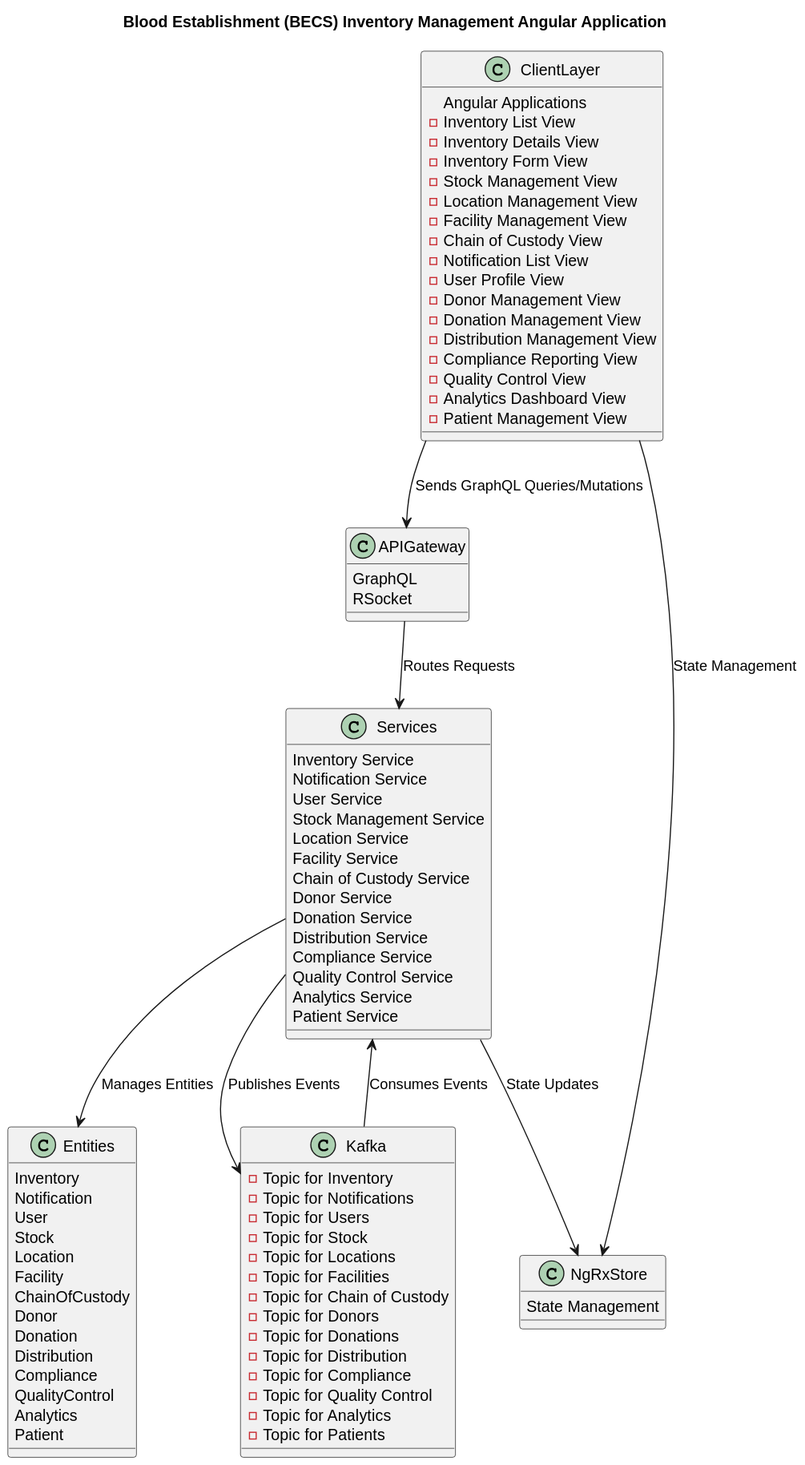
Above: docs/rendered/layers/client/INVENTORY_MANAGEMENT.svg in tylermaginnis/BECS_SoftwareArchitecture (PlantUML), before the change. Its diagram source:
```plantuml
@startuml
!define RECTANGLE class

title Blood Establishment (BECS) Inventory Management Angular Application

RECTANGLE ClientLayer {
  Angular Applications
  - Inventory List View
  - Inventory Details View
  - Inventory Form View
  - Stock Management View
  - Location Management View
  - Facility Management View
  - Chain of Custody View
  - Notification List View
  - User Profile View
  - Donor Management View
  - Donation Management View
  - Distribution Management View
  - Compliance Reporting View
  - Quality Control View
  - Analytics Dashboard View
  - Patient Management View
}

RECTANGLE APIGateway {
  GraphQL
  RSocket
}

RECTANGLE Services {
  Inventory Service
  Notification Service
  User Service
  Stock Management Service
  Location Service
  Facility Service
  Chain of Custody Service
  Donor Service
  Donation Service
  Distribution Service
  Compliance Service
  Quality Control Service
  Analytics Service
  Patient Service
}

RECTANGLE NgRxStore {
  State Management
}

RECTANGLE Entities {
  Inventory
  Notification
  User
  Stock
  Location
  Facility
  ChainOfCustody
  Donor
  Donation
  Distribution
  Compliance
  QualityControl
  Analytics
  Patient
}

RECTANGLE Kafka {
  - Topic for Inventory
  - Topic for Notifications
  - Topic for Users
  - Topic for Stock
  - Topic for Locations
  - Topic for Facilities
  - Topic for Chain of Custody
  - Topic for Donors
  - Topic for Donations
  - Topic for Distribution
  - Topic for Compliance
  - Topic for Quality Control
  - Topic for Analytics
  - Topic for Patients
}

ClientLayer --> APIGateway : Sends GraphQL Queries/Mutations
APIGateway --> Services : Routes Requests
ClientLayer --> NgRxStore : State Management
Services --> NgRxStore : State Updates
Services --> Entities : Manages Entities
Services --> Kafka : Publishes Events
Kafka --> Services : Consumes Events
@enduml
```
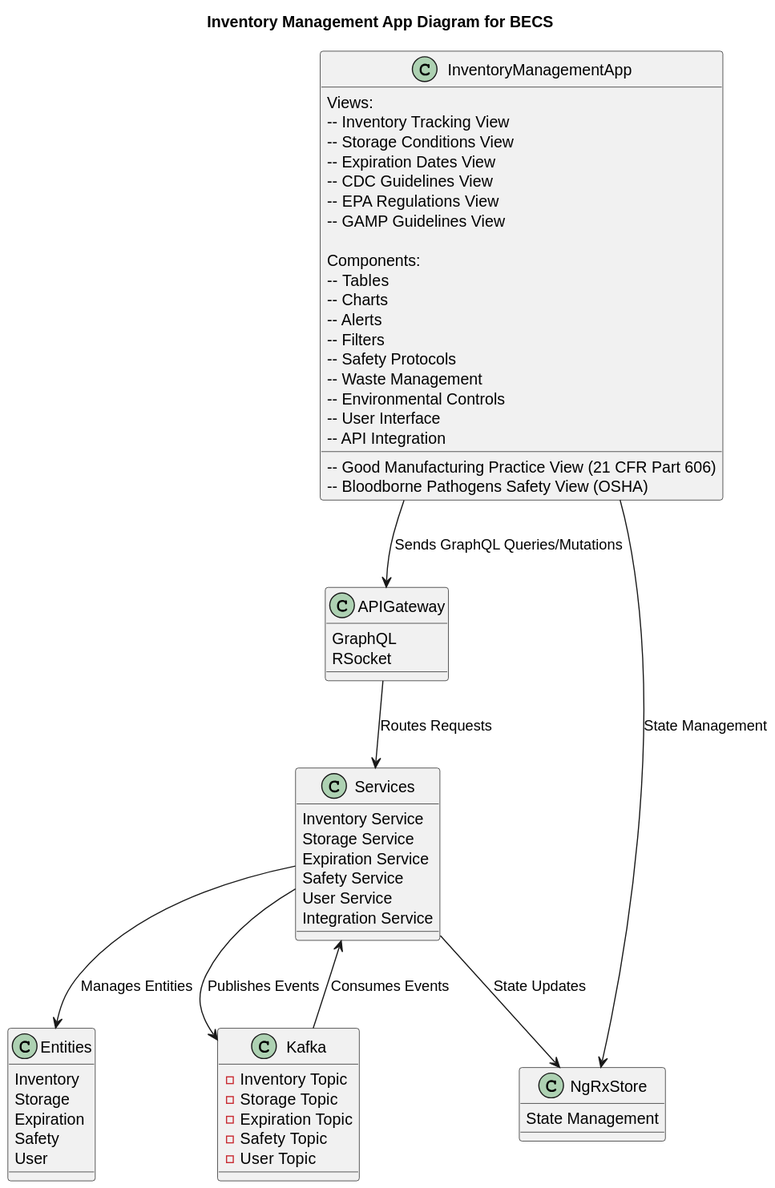
The same file after the commit.

Commit message:
Add Angular App client client layers

The edit, as a diff of the source:
```diff
@@ -1,26 +1,29 @@
 @startuml
 !define RECTANGLE class
 
-title Blood Establishment (BECS) Inventory Management Angular Application
+title Inventory Management App Diagram for BECS
 
-RECTANGLE ClientLayer {
-  Angular Applications
-  - Inventory List View
-  - Inventory Details View
-  - Inventory Form View
-  - Stock Management View
-  - Location Management View
-  - Facility Management View
-  - Chain of Custody View
-  - Notification List View
-  - User Profile View
-  - Donor Management View
-  - Donation Management View
-  - Distribution Management View
-  - Compliance Reporting View
-  - Quality Control View
-  - Analytics Dashboard View
-  - Patient Management View
+RECTANGLE InventoryManagementApp {
+  Views:
+  -- Inventory Tracking View
+  -- Storage Conditions View
+  -- Expiration Dates View
+  -- Good Manufacturing Practice View (21 CFR Part 606)
+  -- Bloodborne Pathogens Safety View (OSHA)
+  -- CDC Guidelines View
+  -- EPA Regulations View
+  -- GAMP Guidelines View
+
+  Components:
+  -- Tables
+  -- Charts
+  -- Alerts
+  -- Filters
+  -- Safety Protocols
+  -- Waste Management
+  -- Environmental Controls
+  -- User Interface
+  -- API Integration
 }
 
 RECTANGLE APIGateway {
@@ -30,19 +33,11 @@
 
 RECTANGLE Services {
   Inventory Service
-  Notification Service
+  Storage Service
+  Expiration Service
+  Safety Service
   User Service
-  Stock Management Service
-  Location Service
-  Facility Service
-  Chain of Custody Service
-  Donor Service
-  Donation Service
-  Distribution Service
-  Compliance Service
-  Quality Control Service
-  Analytics Service
-  Patient Service
+  Integration Service
 }
 
 RECTANGLE NgRxStore {
@@ -51,41 +46,23 @@
 
 RECTANGLE Entities {
   Inventory
-  Notification
+  Storage
+  Expiration
+  Safety
   User
-  Stock
-  Location
-  Facility
-  ChainOfCustody
-  Donor
-  Donation
-  Distribution
-  Compliance
-  QualityControl
-  Analytics
-  Patient
 }
 
 RECTANGLE Kafka {
-  - Topic for Inventory
-  - Topic for Notifications
-  - Topic for Users
-  - Topic for Stock
-  - Topic for Locations
-  - Topic for Facilities
-  - Topic for Chain of Custody
-  - Topic for Donors
-  - Topic for Donations
-  - Topic for Distribution
-  - Topic for Compliance
-  - Topic for Quality Control
-  - Topic for Analytics
-  - Topic for Patients
+  - Inventory Topic
+  - Storage Topic
+  - Expiration Topic
+  - Safety Topic
+  - User Topic
 }
 
-ClientLayer --> APIGateway : Sends GraphQL Queries/Mutations
+InventoryManagementApp --> APIGateway : Sends GraphQL Queries/Mutations
 APIGateway --> Services : Routes Requests
-ClientLayer --> NgRxStore : State Management
+InventoryManagementApp --> NgRxStore : State Management
 Services --> NgRxStore : State Updates
 Services --> Entities : Manages Entities
 Services --> Kafka : Publishes Events
```
